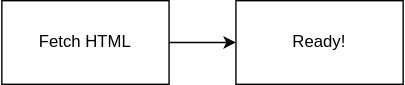
The draw.io diagram public/assets/resume.drawio.svg in benjilegnard/qwik-rapidement, before a commit. Source tidied: cells renumbered, new cells last; positions are measured from the earlier drawing's top-left corner, leaving out a move shared by most shapes.
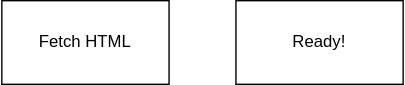
After the change.

What changed in the source:
```diff
@@ -2,7 +2,7 @@
   <root>
     <mxCell id="0" />
     <mxCell id="1" parent="0" />
-    <mxCell id="2" style="edgeStyle=none;html=1;exitX=1;exitY=0.5;exitDx=0;exitDy=0;entryX=0;entryY=0.5;entryDx=0;entryDy=0;" parent="1" edge="1" source="3" target="4">
+    <mxCell id="2" style="edgeStyle=none;html=1;exitX=1;exitY=0.5;exitDx=0;exitDy=0;entryX=0;entryY=0.5;entryDx=0;entryDy=0;strokeColor=#FFFFFF;" parent="1" edge="1" source="3" target="4">
       <mxGeometry relative="1" as="geometry" />
     </mxCell>
     <mxCell id="3" value="Fetch HTML" style="rounded=0;whiteSpace=wrap;html=1;" parent="1" vertex="1">
```
